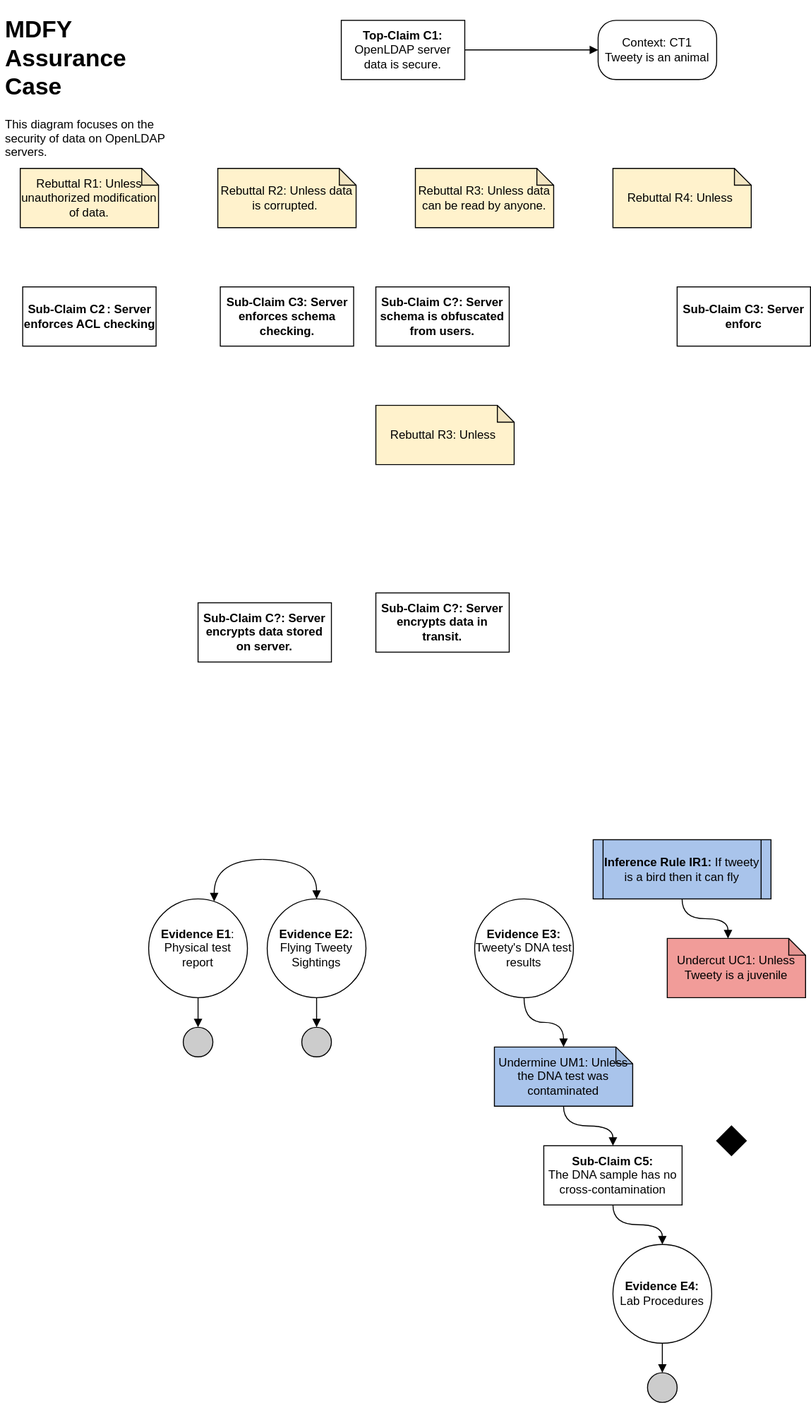
The draw.io diagram images/MDFY_Assurance_Case.drawio.svg in bartelsjoshuac/SAPG, before a commit. Source tidied: cells renumbered, new cells last; positions are measured from the earlier drawing's top-left corner, leaving out a move shared by most shapes.
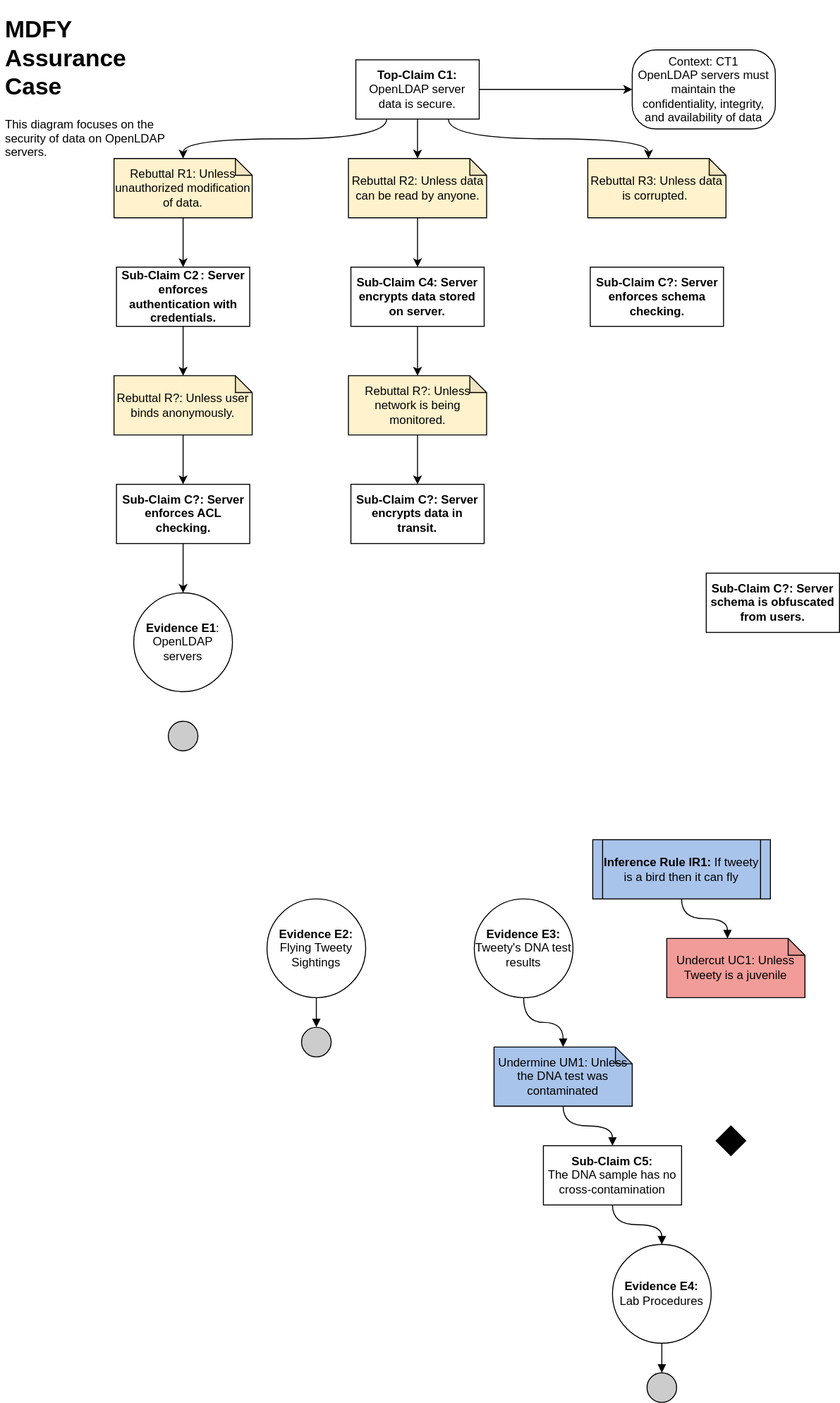
Later version of the same file.

What changed in the source:
```diff
@@ -5,30 +5,20 @@
     <mxCell id="2" value="&lt;h1&gt;MDFY Assurance Case&lt;/h1&gt;&lt;p&gt;This diagram focuses on the security of data on OpenLDAP servers.&lt;/p&gt;" style="text;html=1;strokeColor=none;fillColor=none;spacing=5;spacingTop=-20;whiteSpace=wrap;overflow=hidden;rounded=0;" parent="1" vertex="1">
       <mxGeometry width="190" height="150" as="geometry" />
     </mxCell>
-    <mxCell id="3" style="edgeStyle=orthogonalEdgeStyle;rounded=0;jettySize=auto;html=1;exitX=1;exitY=0.5;exitDx=0;exitDy=0;entryX=0;entryY=0.5;entryDx=0;entryDy=0;endArrow=block;endFill=1;" parent="1" edge="1" source="4" target="5">
+    <mxCell id="3" style="edgeStyle=orthogonalEdgeStyle;rounded=0;jettySize=auto;html=1;exitX=1;exitY=0.5;exitDx=0;exitDy=0;entryX=0;entryY=0.5;entryDx=0;entryDy=0;" parent="1" edge="1" source="4" target="5">
       <mxGeometry relative="1" as="geometry" />
     </mxCell>
+    <mxCell id="38" style="edgeStyle=orthogonalEdgeStyle;rounded=0;jettySize=auto;html=1;exitX=0.25;exitY=1;exitDx=0;exitDy=0;elbow=vertical;curved=1;" parent="1" edge="1" source="4" target="28">
+      <mxGeometry relative="1" as="geometry" />
+    </mxCell>
     <mxCell id="4" value="&lt;b&gt;Top-Claim C1:&lt;br&gt;&lt;/b&gt;OpenLDAP server data is secure." style="rounded=0;whiteSpace=wrap;html=1;" parent="1" vertex="1">
-      <mxGeometry x="345" y="10" width="125" height="60" as="geometry" />
+      <mxGeometry x="360" y="50" width="125" height="60" as="geometry" />
     </mxCell>
-    <mxCell id="5" value="Context: CT1&lt;br&gt;Tweety is an animal" style="rounded=1;whiteSpace=wrap;html=1;arcSize=30;" parent="1" vertex="1">
-      <mxGeometry x="605" y="10" width="120" height="60" as="geometry" />
+    <mxCell id="5" value="Context: CT1&lt;br&gt;OpenLDAP servers must maintain the confidentiality, integrity, and availability of data&lt;br&gt;" style="rounded=1;whiteSpace=wrap;html=1;arcSize=30;" parent="1" vertex="1">
+      <mxGeometry x="640" y="40" width="145" height="80" as="geometry" />
     </mxCell>
-    <mxCell id="6" style="edgeStyle=orthogonalEdgeStyle;curved=1;rounded=0;jettySize=auto;html=1;exitX=0.5;exitY=1;exitDx=0;exitDy=0;entryX=0.663;entryY=0.025;entryDx=0;entryDy=0;entryPerimeter=0;endArrow=block;endFill=1;" parent="1" edge="1" target="9">
-      <mxGeometry relative="1" as="geometry">
-        <mxPoint x="265" y="860" as="sourcePoint" />
-      </mxGeometry>
-    </mxCell>
-    <mxCell id="7" style="edgeStyle=orthogonalEdgeStyle;curved=1;rounded=0;jettySize=auto;html=1;entryX=0.5;entryY=0;entryDx=0;entryDy=0;endArrow=block;endFill=1;" parent="1" edge="1" target="11">
-      <mxGeometry relative="1" as="geometry">
-        <mxPoint x="265" y="860" as="sourcePoint" />
-      </mxGeometry>
-    </mxCell>
-    <mxCell id="8" style="edgeStyle=orthogonalEdgeStyle;curved=1;rounded=0;jettySize=auto;html=1;entryX=0.5;entryY=0;entryDx=0;entryDy=0;endArrow=block;endFill=1;" parent="1" edge="1" source="9" target="12">
-      <mxGeometry relative="1" as="geometry" />
-    </mxCell>
-    <mxCell id="9" value="&lt;b&gt;Evidence E1&lt;/b&gt;:&lt;br&gt;Physical test report" style="ellipse;whiteSpace=wrap;html=1;fillColor=#ffffff;rounded=0;" parent="1" vertex="1">
-      <mxGeometry x="150" y="900" width="100" height="100" as="geometry" />
+    <mxCell id="9" value="&lt;b&gt;Evidence E1&lt;/b&gt;:&lt;br&gt;OpenLDAP servers" style="ellipse;whiteSpace=wrap;html=1;fillColor=#ffffff;rounded=0;" parent="1" vertex="1">
+      <mxGeometry x="135" y="590" width="100" height="100" as="geometry" />
     </mxCell>
     <mxCell id="10" style="edgeStyle=orthogonalEdgeStyle;curved=1;rounded=0;jettySize=auto;html=1;entryX=0.5;entryY=0;entryDx=0;entryDy=0;endArrow=block;endFill=1;" parent="1" edge="1" source="11" target="13">
       <mxGeometry relative="1" as="geometry" />
@@ -37,7 +27,7 @@
       <mxGeometry x="270" y="900" width="100" height="100" as="geometry" />
     </mxCell>
     <mxCell id="12" style="ellipse;whiteSpace=wrap;html=1;fillColor=#CCCCCC;" parent="1" vertex="1">
-      <mxGeometry x="185" y="1030" width="30" height="30" as="geometry" />
+      <mxGeometry x="170" y="720" width="30" height="30" as="geometry" />
     </mxCell>
     <mxCell id="13" style="ellipse;whiteSpace=wrap;html=1;fillColor=#CCCCCC;" parent="1" vertex="1">
       <mxGeometry x="305" y="1030" width="30" height="30" as="geometry" />
@@ -81,38 +71,65 @@
     <mxCell id="26" style="rhombus;whiteSpace=wrap;html=1;fillColor=#000000;" parent="1" vertex="1">
       <mxGeometry x="725" y="1130" width="30" height="30" as="geometry" />
     </mxCell>
-    <mxCell id="27" value="&lt;b&gt;Sub-Claim C2&lt;span style=&quot;white-space: pre;&quot;&gt;&#9;&lt;/span&gt;: Server enforces ACL checking&lt;br&gt;&lt;/b&gt;" style="rounded=0;whiteSpace=wrap;html=1;" parent="1" vertex="1">
-      <mxGeometry x="22.5" y="280" width="135" height="60" as="geometry" />
+    <mxCell id="27" value="&lt;b&gt;Sub-Claim C2&lt;span style=&quot;white-space: pre;&quot;&gt;&#9;&lt;/span&gt;: Server enforces authentication with credentials.&lt;br&gt;&lt;/b&gt;" style="rounded=0;whiteSpace=wrap;html=1;" parent="1" vertex="1">
+      <mxGeometry x="117.5" y="260" width="135" height="60" as="geometry" />
     </mxCell>
+    <mxCell id="39" style="edgeStyle=orthogonalEdgeStyle;rounded=0;jettySize=auto;html=1;exitX=0.5;exitY=1;exitDx=0;exitDy=0;exitPerimeter=0;entryX=0.5;entryY=0;entryDx=0;entryDy=0;" parent="1" edge="1" source="28" target="27">
+      <mxGeometry relative="1" as="geometry" />
+    </mxCell>
     <mxCell id="28" value="Rebuttal R1: Unless unauthorized modification of data." style="shape=note;whiteSpace=wrap;html=1;backgroundOutline=1;darkOpacity=0.05;size=17;fillColor=#FFF2CC;" parent="1" vertex="1">
-      <mxGeometry x="20" y="160" width="140" height="60" as="geometry" />
+      <mxGeometry x="115" y="150" width="140" height="60" as="geometry" />
     </mxCell>
-    <mxCell id="29" value="Rebuttal R2: Unless data is corrupted.&amp;nbsp;" style="shape=note;whiteSpace=wrap;html=1;backgroundOutline=1;darkOpacity=0.05;size=17;fillColor=#FFF2CC;" parent="1" vertex="1">
-      <mxGeometry x="220" y="160" width="140" height="60" as="geometry" />
+    <mxCell id="29" value="Rebuttal R3: Unless data is corrupted.&amp;nbsp;" style="shape=note;whiteSpace=wrap;html=1;backgroundOutline=1;darkOpacity=0.05;size=17;fillColor=#FFF2CC;" parent="1" vertex="1">
+      <mxGeometry x="595" y="150" width="140" height="60" as="geometry" />
     </mxCell>
+    <mxCell id="40" style="edgeStyle=orthogonalEdgeStyle;rounded=0;jettySize=auto;html=1;exitX=0.5;exitY=1;exitDx=0;exitDy=0;exitPerimeter=0;entryX=0.5;entryY=0;entryDx=0;entryDy=0;" parent="1" edge="1" source="30" target="36">
+      <mxGeometry relative="1" as="geometry" />
+    </mxCell>
-    <mxCell id="30" value="Rebuttal R3: Unless data can be read by anyone." style="shape=note;whiteSpace=wrap;html=1;backgroundOutline=1;darkOpacity=0.05;size=17;fillColor=#FFF2CC;" parent="1" vertex="1">
-      <mxGeometry x="420" y="160" width="140" height="60" as="geometry" />
+    <mxCell id="30" value="Rebuttal R2: Unless data can be read by anyone." style="shape=note;whiteSpace=wrap;html=1;backgroundOutline=1;darkOpacity=0.05;size=17;fillColor=#FFF2CC;" parent="1" vertex="1">
+      <mxGeometry x="352.5" y="150" width="140" height="60" as="geometry" />
     </mxCell>
+    <mxCell id="41" style="edgeStyle=orthogonalEdgeStyle;rounded=0;jettySize=auto;html=1;exitX=0.5;exitY=1;exitDx=0;exitDy=0;exitPerimeter=0;entryX=0.5;entryY=0;entryDx=0;entryDy=0;" parent="1" edge="1" source="31" target="37">
+      <mxGeometry relative="1" as="geometry" />
+    </mxCell>
-    <mxCell id="31" value="Rebuttal R4: Unless&amp;nbsp;" style="shape=note;whiteSpace=wrap;html=1;backgroundOutline=1;darkOpacity=0.05;size=17;fillColor=#FFF2CC;" parent="1" vertex="1">
-      <mxGeometry x="620" y="160" width="140" height="60" as="geometry" />
+    <mxCell id="31" value="Rebuttal R?: Unless network is being monitored." style="shape=note;whiteSpace=wrap;html=1;backgroundOutline=1;darkOpacity=0.05;size=17;fillColor=#FFF2CC;" parent="1" vertex="1">
+      <mxGeometry x="352.5" y="370" width="140" height="60" as="geometry" />
     </mxCell>
-    <mxCell id="32" value="&lt;b&gt;Sub-Claim C3: Server enforces schema checking.&lt;br&gt;&lt;/b&gt;" style="rounded=0;whiteSpace=wrap;html=1;" parent="1" vertex="1">
-      <mxGeometry x="222.5" y="280" width="135" height="60" as="geometry" />
+    <mxCell id="32" value="&lt;b&gt;Sub-Claim C?: Server enforces schema checking.&lt;br&gt;&lt;/b&gt;" style="rounded=0;whiteSpace=wrap;html=1;" parent="1" vertex="1">
+      <mxGeometry x="597.5" y="260" width="135" height="60" as="geometry" />
     </mxCell>
-    <mxCell id="33" value="&lt;b&gt;Sub-Claim C3: Server enforc&lt;br&gt;&lt;/b&gt;" style="rounded=0;whiteSpace=wrap;html=1;" parent="1" vertex="1">
-      <mxGeometry x="685" y="280" width="135" height="60" as="geometry" />
-    </mxCell>
     <mxCell id="34" value="&lt;b&gt;Sub-Claim C?: Server schema is obfuscated from users.&lt;br&gt;&lt;/b&gt;" style="rounded=0;whiteSpace=wrap;html=1;" parent="1" vertex="1">
-      <mxGeometry x="380" y="280" width="135" height="60" as="geometry" />
+      <mxGeometry x="715" y="570" width="135" height="60" as="geometry" />
     </mxCell>
+    <mxCell id="42" style="edgeStyle=orthogonalEdgeStyle;rounded=0;jettySize=auto;html=1;exitX=0.5;exitY=1;exitDx=0;exitDy=0;exitPerimeter=0;entryX=0.5;entryY=0;entryDx=0;entryDy=0;" parent="1" edge="1" source="35" target="44">
+      <mxGeometry relative="1" as="geometry" />
+    </mxCell>
-    <mxCell id="35" value="Rebuttal R3: Unless&amp;nbsp;" style="shape=note;whiteSpace=wrap;html=1;backgroundOutline=1;darkOpacity=0.05;size=17;fillColor=#FFF2CC;" parent="1" vertex="1">
-      <mxGeometry x="380" y="400" width="140" height="60" as="geometry" />
+    <mxCell id="35" value="Rebuttal R?: Unless user binds anonymously." style="shape=note;whiteSpace=wrap;html=1;backgroundOutline=1;darkOpacity=0.05;size=17;fillColor=#FFF2CC;" parent="1" vertex="1">
+      <mxGeometry x="115" y="370" width="140" height="60" as="geometry" />
     </mxCell>
-    <mxCell id="36" value="&lt;b&gt;Sub-Claim C?: Server encrypts data stored on server.&lt;br&gt;&lt;/b&gt;" style="rounded=0;whiteSpace=wrap;html=1;" parent="1" vertex="1">
-      <mxGeometry x="200" y="600" width="135" height="60" as="geometry" />
+    <mxCell id="36" value="&lt;b&gt;Sub-Claim C4: Server encrypts data stored on server.&lt;br&gt;&lt;/b&gt;" style="rounded=0;whiteSpace=wrap;html=1;" parent="1" vertex="1">
+      <mxGeometry x="355" y="260" width="135" height="60" as="geometry" />
     </mxCell>
     <mxCell id="37" value="&lt;b&gt;Sub-Claim C?: Server encrypts data in transit.&lt;br&gt;&lt;/b&gt;" style="rounded=0;whiteSpace=wrap;html=1;" parent="1" vertex="1">
-      <mxGeometry x="380" y="590" width="135" height="60" as="geometry" />
+      <mxGeometry x="355" y="480" width="135" height="60" as="geometry" />
     </mxCell>
+    <mxCell id="43" style="edgeStyle=orthogonalEdgeStyle;rounded=0;jettySize=auto;html=1;exitX=0.5;exitY=1;exitDx=0;exitDy=0;entryX=0.5;entryY=0;entryDx=0;entryDy=0;" parent="1" edge="1" source="44" target="9">
+      <mxGeometry relative="1" as="geometry" />
+    </mxCell>
+    <mxCell id="44" value="&lt;b&gt;Sub-Claim C?: Server enforces ACL checking.&lt;br&gt;&lt;/b&gt;" style="rounded=0;whiteSpace=wrap;html=1;" parent="1" vertex="1">
+      <mxGeometry x="117.5" y="480" width="135" height="60" as="geometry" />
+    </mxCell>
+    <mxCell id="45" style="edgeStyle=orthogonalEdgeStyle;rounded=0;jettySize=auto;html=1;exitX=0.5;exitY=1;exitDx=0;exitDy=0;entryX=0.5;entryY=0;entryDx=0;entryDy=0;entryPerimeter=0;curved=1;" parent="1" edge="1" source="4" target="30">
+      <mxGeometry relative="1" as="geometry" />
+    </mxCell>
+    <mxCell id="46" style="edgeStyle=orthogonalEdgeStyle;rounded=0;jettySize=auto;html=1;exitX=0.5;exitY=1;exitDx=0;exitDy=0;entryX=0.5;entryY=0;entryDx=0;entryDy=0;entryPerimeter=0;" parent="1" edge="1" source="27" target="35">
+      <mxGeometry relative="1" as="geometry" />
+    </mxCell>
+    <mxCell id="47" style="edgeStyle=orthogonalEdgeStyle;rounded=0;jettySize=auto;html=1;exitX=0.5;exitY=1;exitDx=0;exitDy=0;entryX=0.5;entryY=0;entryDx=0;entryDy=0;entryPerimeter=0;" parent="1" edge="1" source="36" target="31">
+      <mxGeometry relative="1" as="geometry" />
+    </mxCell>
+    <mxCell id="48" style="edgeStyle=orthogonalEdgeStyle;rounded=0;jettySize=auto;html=1;exitX=0.75;exitY=1;exitDx=0;exitDy=0;entryX=0;entryY=0;entryDx=61.5;entryDy=0;entryPerimeter=0;curved=1;" parent="1" edge="1" source="4" target="29">
+      <mxGeometry relative="1" as="geometry" />
+    </mxCell>
   </root>
 </mxGraphModel>
```
